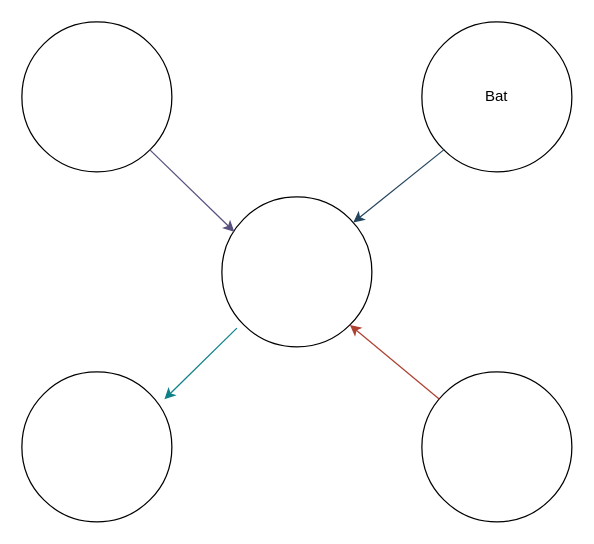
GATORU-ACADEMY/Curso-FlowCharting-Principiante-2023 keeps this draw.io diagram as XML/CursoFlowCharting-Flujo-Nodos-KitSolar.drawio.xml. Above is the earlier version. Source tidied: cells renumbered, new cells numbered last; positions are measured from the earlier drawing's top-left corner, leaving out a move shared by most shapes. Both pictures are drawn from the tidied source at 125%, with x=0, y=0 at pixel (21, 21).
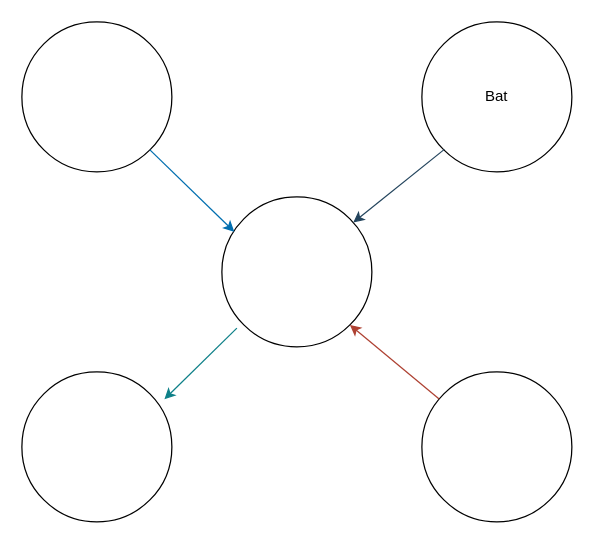
The same page after the edit.

Change to the diagram source:
```diff
@@
 <mxGraphModel>
   <root>
     <mxCell id="0" />
     <mxCell id="1" parent="0" />
     <mxCell id="2" style="ellipse;whiteSpace=wrap;html=1;" parent="1" vertex="1">
       <mxGeometry x="160" y="140" width="120" height="120" as="geometry" />
     </mxCell>
     <mxCell id="3" style="ellipse;whiteSpace=wrap;html=1;" parent="1" vertex="1">
       <mxGeometry y="280" width="120" height="120" as="geometry" />
     </mxCell>
     <mxCell id="4" style="ellipse;whiteSpace=wrap;html=1;" parent="1" vertex="1">
       <mxGeometry x="320" y="280" width="120" height="120" as="geometry" />
     </mxCell>
     <mxCell id="5" style="ellipse;whiteSpace=wrap;html=1;fillColor=default;fillOpacity=100;" parent="1" vertex="1">
       <mxGeometry width="120" height="120" as="geometry" />
     </mxCell>
     <mxCell id="6" value="Bat" style="ellipse;whiteSpace=wrap;html=1;snapToPoint=1;fillColor=none;" parent="1" vertex="1">
       <mxGeometry x="320" width="120" height="120" as="geometry" />
     </mxCell>
-    <mxCell id="7" style="endArrow=classic;html=1;rounded=0;exitX=1;exitY=1;exitDx=0;exitDy=0;entryX=0.083;entryY=0.233;entryDx=0;entryDy=0;entryPerimeter=0;flowAnimation=1;fillColor=#d0cee2;strokeColor=#56517e;" parent="1" edge="1" source="5" target="2">
+    <mxCell id="7" style="endArrow=classic;html=1;rounded=0;exitX=1;exitY=1;exitDx=0;exitDy=0;entryX=0.083;entryY=0.233;entryDx=0;entryDy=0;entryPerimeter=0;flowAnimation=1;fillColor=#1ba1e2;strokeColor=#006EAF;" parent="1" edge="1" source="5" target="2">
       <mxGeometry relative="1" as="geometry" />
     </mxCell>
     <mxCell id="8" style="endArrow=classic;html=1;rounded=0;flowAnimation=1;fillColor=#bac8d3;strokeColor=#23445d;" parent="1" edge="1" source="6" target="2">
       <mxGeometry relative="1" as="geometry" />
     </mxCell>
     <mxCell id="9" style="endArrow=classic;html=1;rounded=0;exitX=0.1;exitY=0.875;exitDx=0;exitDy=0;exitPerimeter=0;entryX=0.95;entryY=0.183;entryDx=0;entryDy=0;entryPerimeter=0;fillColor=#b0e3e6;strokeColor=#0e8088;" parent="1" edge="1" source="2" target="3">
       <mxGeometry relative="1" as="geometry" />
     </mxCell>
     <mxCell id="10" style="endArrow=classic;html=1;rounded=0;entryX=1;entryY=1;entryDx=0;entryDy=0;fillColor=#fad9d5;strokeColor=#ae4132;" parent="1" edge="1" source="4" target="2">
       <mxGeometry relative="1" as="geometry" />
     </mxCell>
   </root>
 </mxGraphModel>
```
